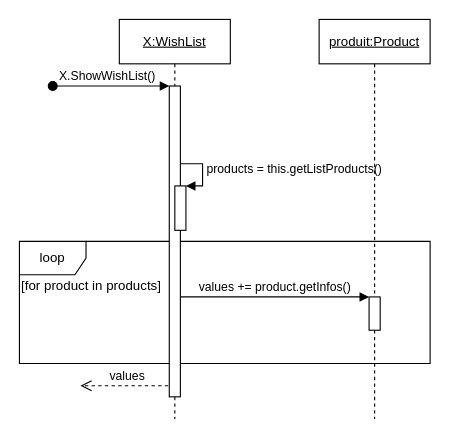
Earlier version of the draw.io diagram Diagrammes/SequenceDiagrams/showWishlist.drawio (NNepper/LSINF1225-2020-GroupeL1.1-WishList). Source tidied: cells renumbered, new cells numbered last; positions are measured from the earlier drawing's top-left corner, leaving out a move shared by most shapes. Both pictures are drawn from the tidied source at 111%, with x=0, y=0 at pixel (19, 19).
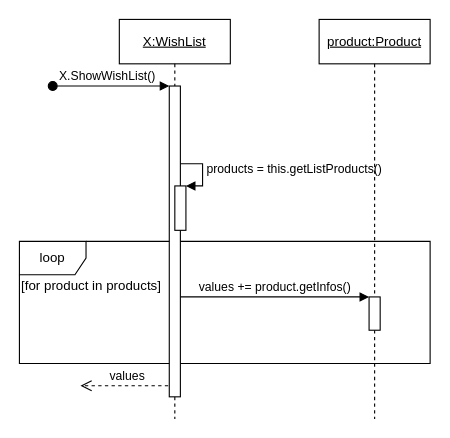
Above is the later version.

Commit message (it also covers changes not shown here):
correction produit->product diagramme showWishlist

Change to the diagram source:
```diff
@@
 <mxGraphModel>
   <root>
     <mxCell id="0" />
     <mxCell id="1" parent="0" />
     <mxCell id="2" value="loop" style="shape=umlFrame;whiteSpace=wrap;html=1;" parent="1" vertex="1">
       <mxGeometry y="200" width="370" height="110" as="geometry" />
     </mxCell>
     <mxCell id="3" value="values" style="html=1;verticalAlign=bottom;endArrow=open;dashed=1;endSize=8;" parent="1" edge="1">
       <mxGeometry relative="1" as="geometry">
         <mxPoint x="140" y="330" as="sourcePoint" />
         <mxPoint x="55" y="330" as="targetPoint" />
       </mxGeometry>
     </mxCell>
     <mxCell id="4" value="values += product.getInfos()" style="html=1;verticalAlign=bottom;endArrow=block;entryX=0;entryY=0;" parent="1" edge="1" source="7" target="10">
       <mxGeometry relative="1" as="geometry" />
     </mxCell>
     <mxCell id="5" value="&lt;u&gt;X:WishList&lt;/u&gt;" style="shape=umlLifeline;perimeter=lifelinePerimeter;whiteSpace=wrap;html=1;" parent="1" vertex="1">
       <mxGeometry x="90" width="100" height="360" as="geometry" />
     </mxCell>
     <mxCell id="6" value="&lt;span style=&quot;text-align: center&quot;&gt;products = this.getListProducts()&lt;/span&gt;" style="edgeStyle=orthogonalEdgeStyle;html=1;align=left;spacingLeft=2;endArrow=block;rounded=0;entryX=1;entryY=0;" parent="5" edge="1" target="8">
       <mxGeometry relative="1" as="geometry">
         <mxPoint x="50" y="130" as="sourcePoint" />
         <Array as="points">
           <mxPoint x="75" y="130" />
         </Array>
       </mxGeometry>
     </mxCell>
     <mxCell id="7" style="html=1;points=[];perimeter=orthogonalPerimeter;" parent="5" vertex="1">
       <mxGeometry x="45" y="60" width="10" height="280" as="geometry" />
     </mxCell>
     <mxCell id="8" style="html=1;points=[];perimeter=orthogonalPerimeter;" parent="5" vertex="1">
       <mxGeometry x="50" y="150" width="10" height="40" as="geometry" />
     </mxCell>
-    <mxCell id="9" value="&lt;u&gt;produit:Product&lt;/u&gt;" style="shape=umlLifeline;perimeter=lifelinePerimeter;whiteSpace=wrap;html=1;" parent="1" vertex="1">
+    <mxCell id="9" value="&lt;u&gt;product:Product&lt;/u&gt;" style="shape=umlLifeline;perimeter=lifelinePerimeter;whiteSpace=wrap;html=1;" parent="1" vertex="1">
       <mxGeometry x="270" width="100" height="360" as="geometry" />
     </mxCell>
     <mxCell id="10" style="html=1;points=[];perimeter=orthogonalPerimeter;" parent="9" vertex="1">
       <mxGeometry x="45" y="250" width="10" height="30" as="geometry" />
     </mxCell>
     <mxCell id="11" value="[for product in products]" style="text;html=1;strokeColor=none;fillColor=none;align=center;verticalAlign=middle;whiteSpace=wrap;rounded=0;" parent="1" vertex="1">
       <mxGeometry y="230" width="130" height="20" as="geometry" />
     </mxCell>
     <mxCell id="12" value="X.ShowWishList()" style="html=1;verticalAlign=bottom;startArrow=oval;endArrow=block;startSize=8;" parent="1" edge="1" target="7">
       <mxGeometry x="-0.06" relative="1" as="geometry">
         <mxPoint x="30" y="60" as="sourcePoint" />
       </mxGeometry>
     </mxCell>
   </root>
 </mxGraphModel>
```
